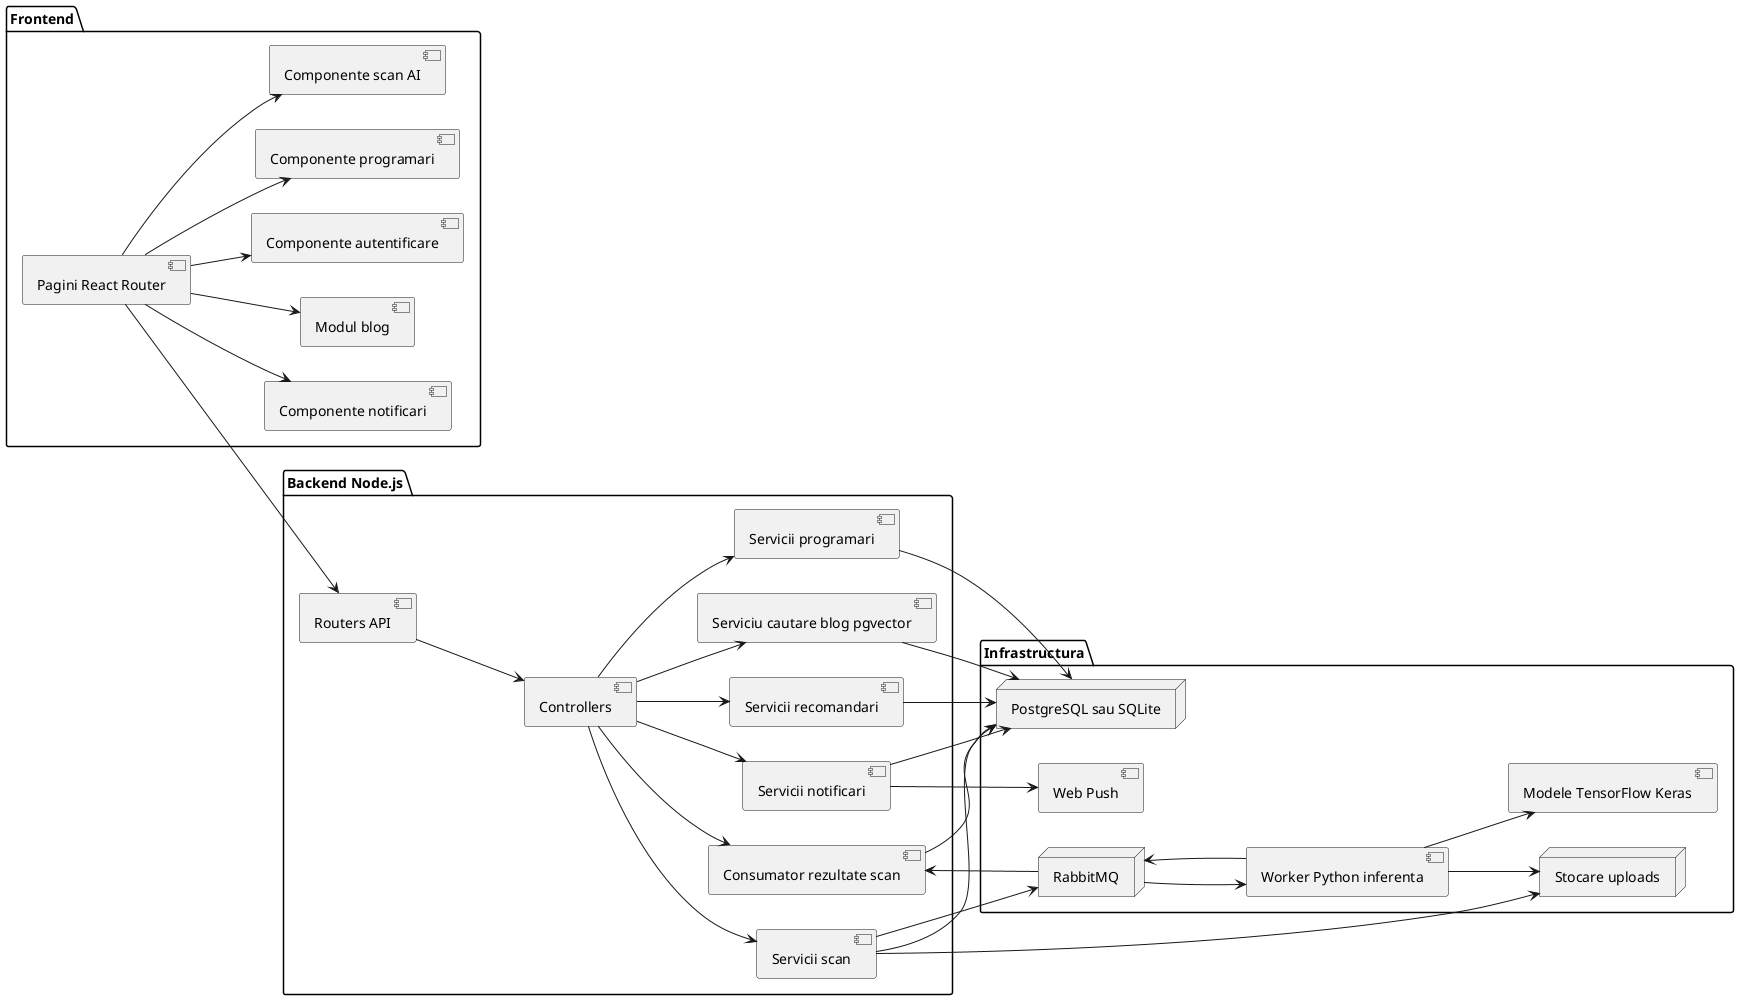
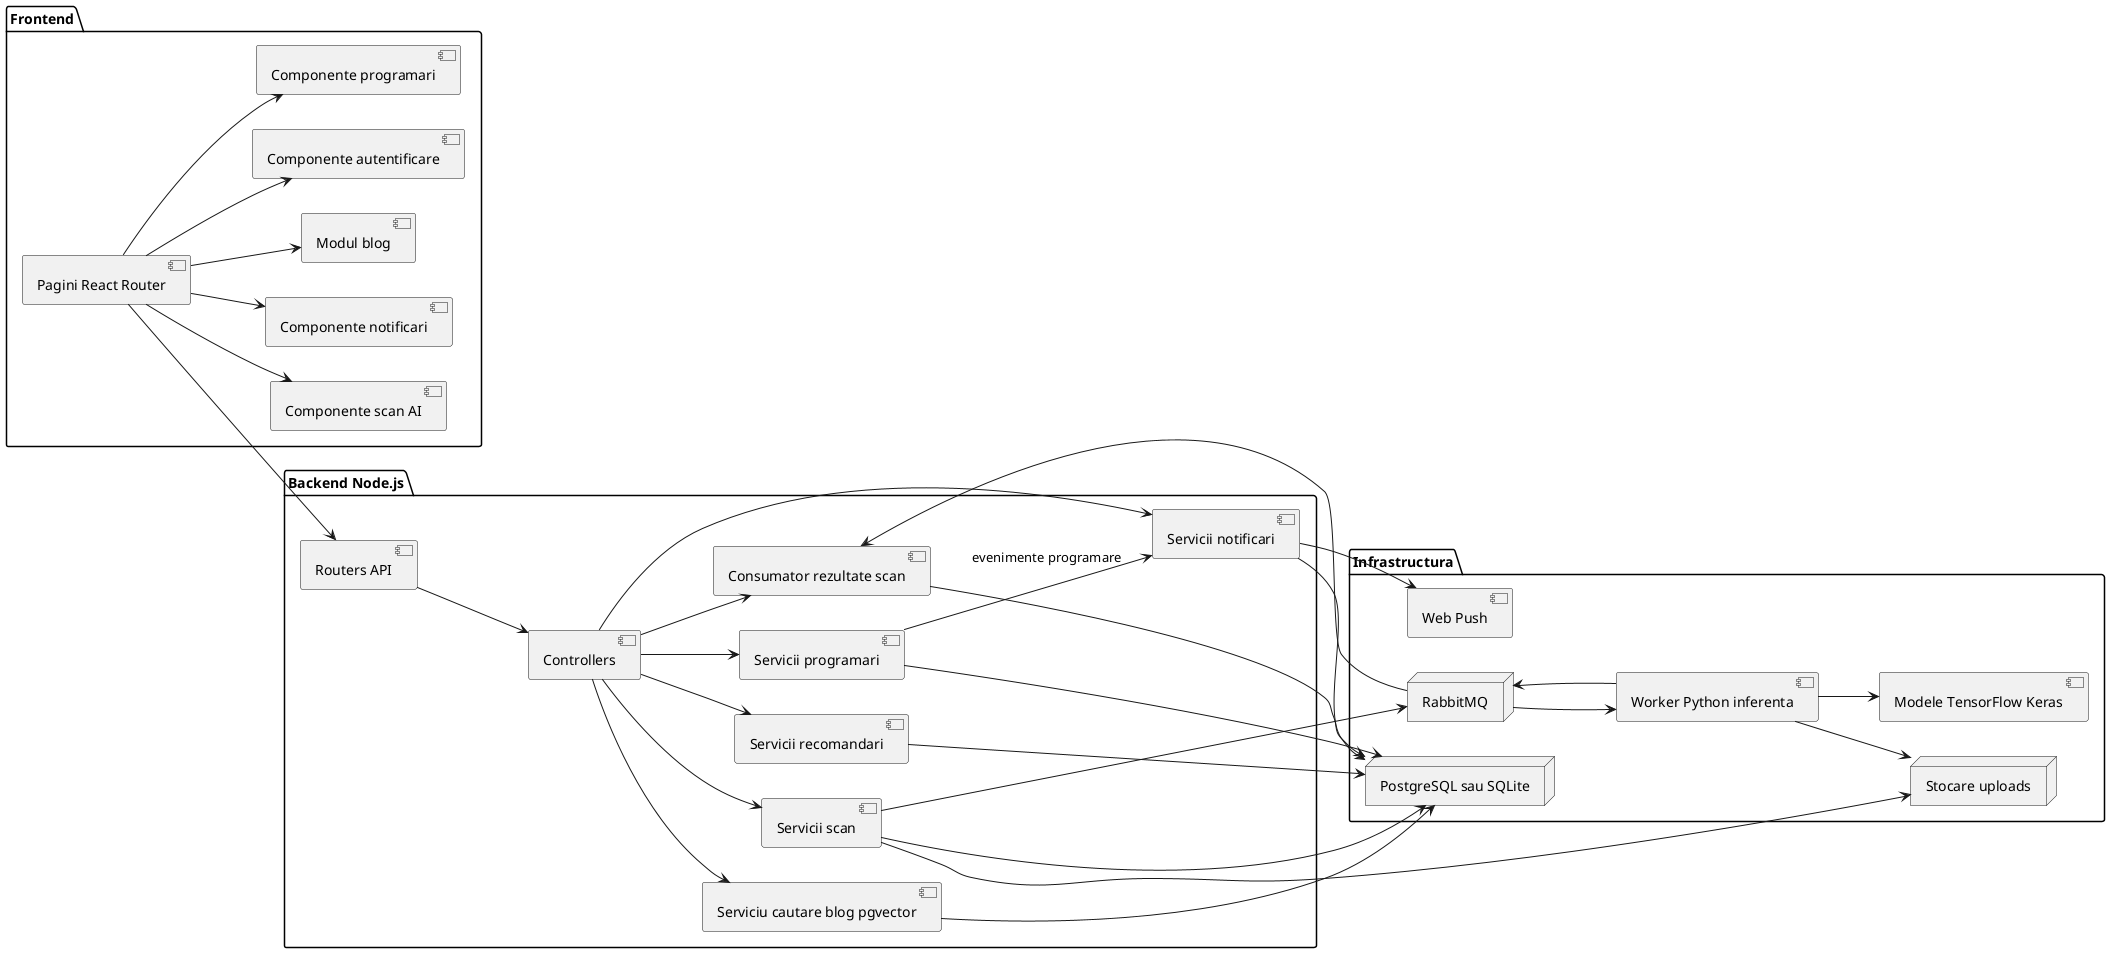
@startuml
left to right direction

package "Frontend" {
  [Pagini React Router] as Pages
  [Componente autentificare] as AuthComp
  [Componente programari] as AppComp
  [Componente scan AI] as ScanComp
  [Componente notificari] as NotifComp
  [Modul blog] as BlogComp
}

package "Backend Node.js" {
  [Routers API] as Routers
  [Controllers] as Controllers
  [Servicii programari] as AppointmentSvc
  [Servicii scan] as ScanSvc
  [Servicii notificari] as NotifSvc
  [Servicii recomandari] as RecoSvc
  [Serviciu cautare blog pgvector] as BlogSearchSvc
  [Consumator rezultate scan] as ScanResultConsumer
}

package "Infrastructura" {
  node "PostgreSQL sau SQLite" as DB
  node "RabbitMQ" as MQ
  node "Stocare uploads" as Uploads
  [Worker Python inferenta] as Worker
  [Modele TensorFlow Keras] as Models
  [Web Push] as Push
}

Pages --> AuthComp
Pages --> AppComp
Pages --> ScanComp
Pages --> NotifComp
Pages --> BlogComp

Pages --> Routers
Routers --> Controllers
Controllers --> AppointmentSvc
Controllers --> ScanSvc
Controllers --> NotifSvc
Controllers --> RecoSvc
Controllers --> BlogSearchSvc
Controllers --> ScanResultConsumer

AppointmentSvc --> DB
+ AppointmentSvc --> NotifSvc : evenimente programare
ScanSvc --> DB
NotifSvc --> DB
RecoSvc --> DB
BlogSearchSvc --> DB
ScanResultConsumer --> DB

ScanSvc --> Uploads
ScanSvc --> MQ
MQ --> Worker
Worker --> Models
Worker --> Uploads
Worker --> MQ
MQ --> ScanResultConsumer
NotifSvc --> Push

@enduml